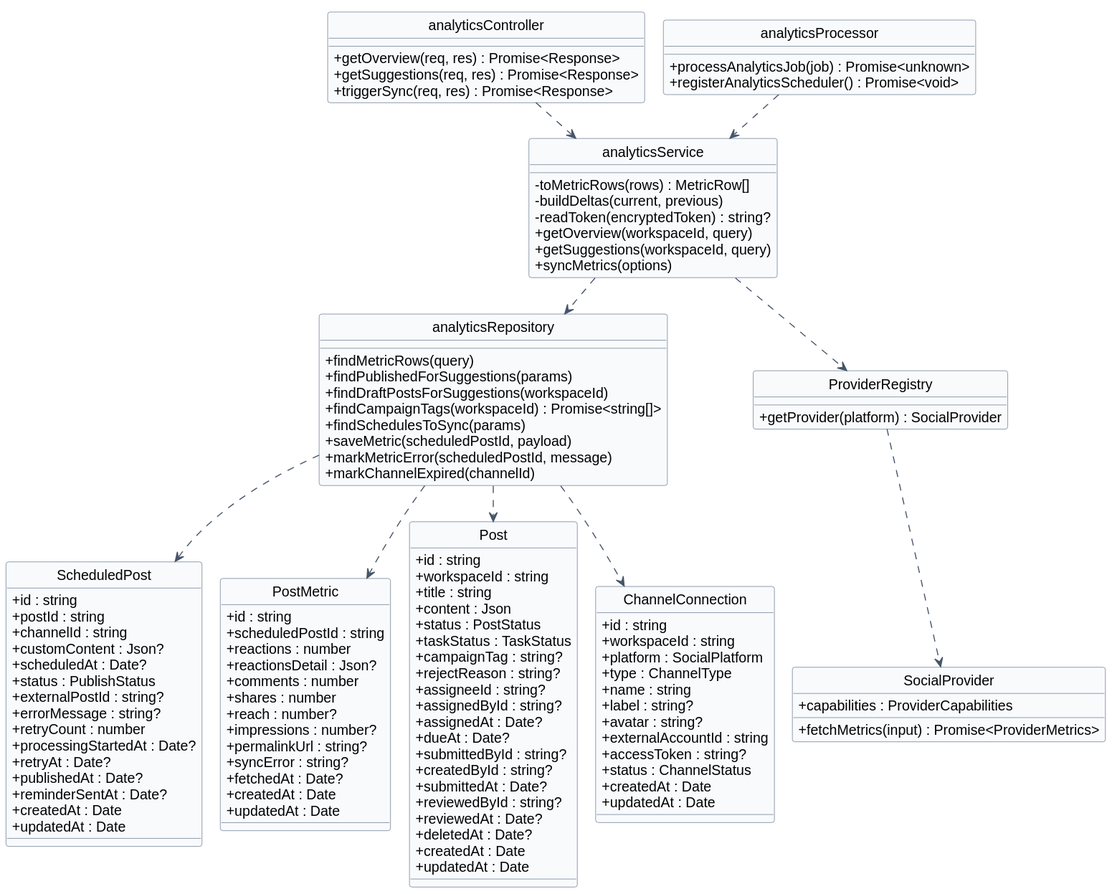
Before: docs/diagrams/10-analytics.svg, a diagram exported from PlantUML (Pham-Hong-Ky/marka-capstone).
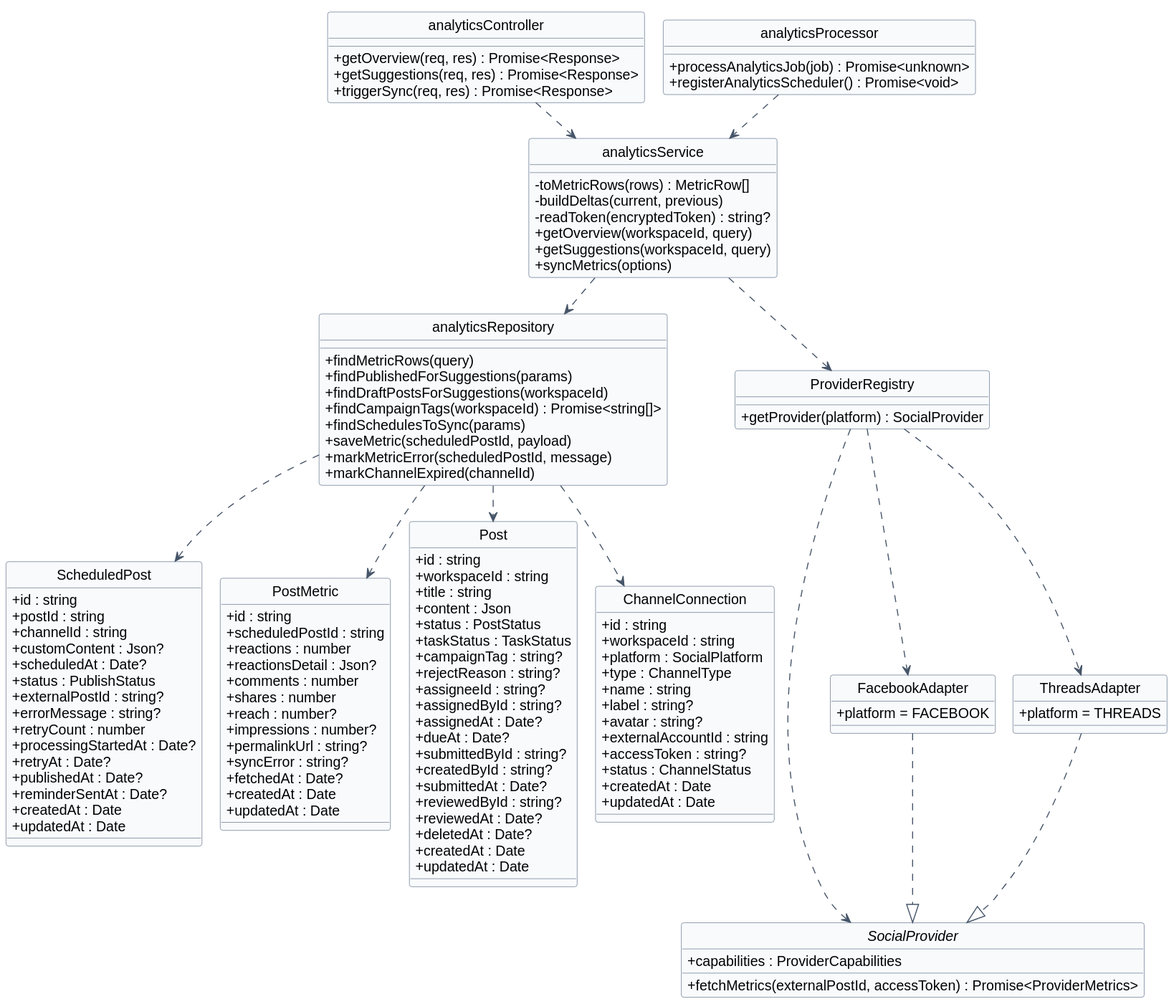
Later version of the same file.

What changed in the source:
```diff
@@ -122,15 +122,27 @@
   + getProvider(platform) : SocialProvider
 }
 
-class "SocialProvider" as socialProvider {
+interface "SocialProvider" as socialProvider {
   + capabilities : ProviderCapabilities
-  + fetchMetrics(input) : Promise<ProviderMetrics>
+  + fetchMetrics(externalPostId, accessToken) : Promise<ProviderMetrics>
+}
+
+class "FacebookAdapter" as facebookAdapter {
+  + platform = FACEBOOK
+}
+
+class "ThreadsAdapter" as threadsAdapter {
+  + platform = THREADS
 }
 
 analyticsController ..> analyticsService
 analyticsService ..> analyticsRepository
 analyticsService ..> providerRegistry
 providerRegistry ..> socialProvider
+providerRegistry ..> facebookAdapter
+providerRegistry ..> threadsAdapter
+facebookAdapter ..|> socialProvider
+threadsAdapter ..|> socialProvider
 analyticsProcessor ..> analyticsService
 
 analyticsRepository ..> ScheduledPost
```
